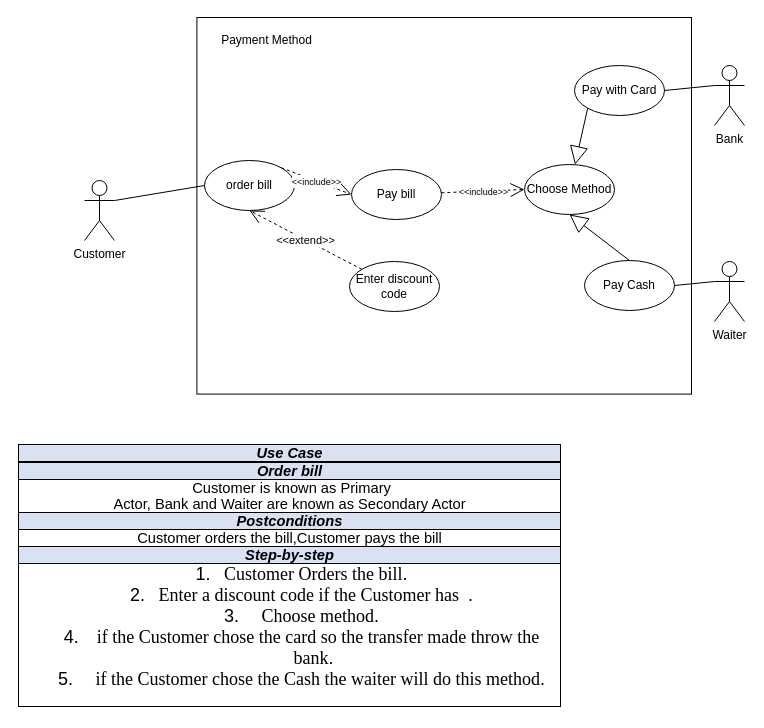
Above: NonCode/PaymentUseCase.drawio in WKolasaa/1.4ChapeauV2.0 (draw.io), before the change. Source tidied: cells renumbered, new cells numbered last; positions are measured from the earlier drawing's top-left corner, leaving out a move shared by most shapes. Both pictures are drawn from the tidied source at 100%, with x=0, y=0 at pixel (16, -42).
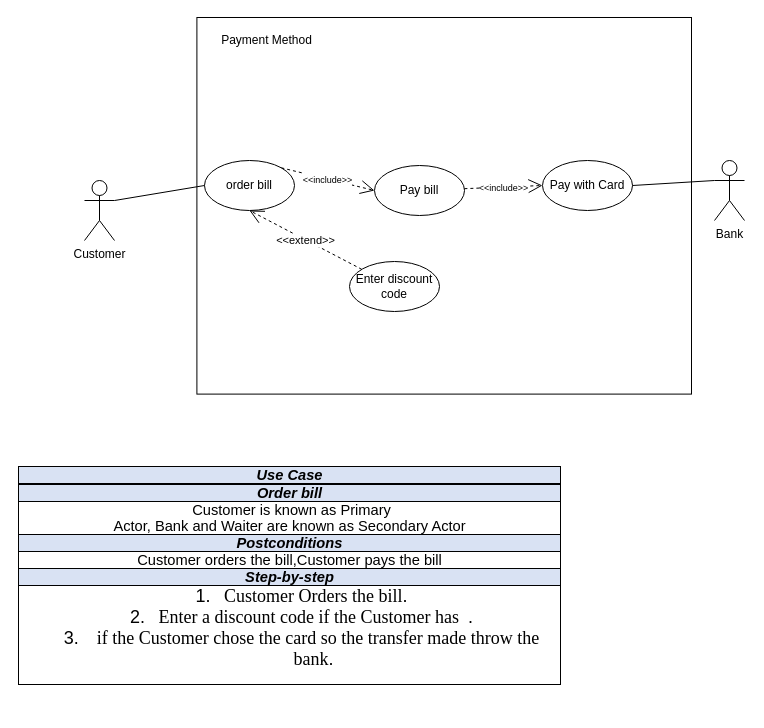
The same page after the edit.

What changed in the source:
```diff
@@
     <mxCell id="7" value="Pay bill" style="ellipse;whiteSpace=wrap;html=1;" parent="1" vertex="1">
-      <mxGeometry x="335" y="211" width="90" height="50" as="geometry" />
+      <mxGeometry x="358" y="207" width="90" height="50" as="geometry" />
     </mxCell>
@@
-    <mxCell id="11" style="endArrow=block;endSize=16;endFill=0;html=1;rounded=0;exitX=0;exitY=1;exitDx=0;exitDy=0;" parent="1" edge="1" source="13" target="20">
-      <mxGeometry relative="1" as="geometry" />
-    </mxCell>
-    <mxCell id="12" value="Pay Cash" style="ellipse;whiteSpace=wrap;html=1;" parent="1" vertex="1">
-      <mxGeometry x="568" y="302" width="90" height="50" as="geometry" />
-    </mxCell>
     <mxCell id="13" value="Pay with Card" style="ellipse;whiteSpace=wrap;html=1;" parent="1" vertex="1">
-      <mxGeometry x="558" y="107" width="90" height="50" as="geometry" />
+      <mxGeometry x="526" y="202" width="90" height="50" as="geometry" />
     </mxCell>
-    <mxCell id="14" style="endArrow=block;endSize=16;endFill=0;html=1;rounded=0;exitX=0.5;exitY=0;exitDx=0;exitDy=0;entryX=0.5;entryY=1;entryDx=0;entryDy=0;" parent="1" edge="1" source="12" target="20">
-      <mxGeometry relative="1" as="geometry" />
-    </mxCell>
     <mxCell id="15" value="Bank" style="shape=umlActor;verticalLabelPosition=bottom;verticalAlign=top;html=1;outlineConnect=0;" parent="1" vertex="1">
-      <mxGeometry x="698" y="107" width="30" height="60" as="geometry" />
+      <mxGeometry x="698" y="202" width="30" height="60" as="geometry" />
     </mxCell>
-    <mxCell id="16" value="Waiter" style="shape=umlActor;verticalLabelPosition=bottom;verticalAlign=top;html=1;outlineConnect=0;" parent="1" vertex="1">
-      <mxGeometry x="698" y="303" width="30" height="60" as="geometry" />
-    </mxCell>
-    <mxCell id="17" style="endArrow=none;html=1;rounded=0;entryX=0;entryY=0.3333333333333333;entryDx=0;entryDy=0;entryPerimeter=0;exitX=1;exitY=0.5;exitDx=0;exitDy=0;" parent="1" edge="1" source="12" target="16">
-      <mxGeometry relative="1" as="geometry" />
-    </mxCell>
@@
-    <mxCell id="19" value="&lt;table style=&quot;border-collapse: collapse; border: none;&quot; cellpadding=&quot;0&quot; cellspacing=&quot;0&quot; border=&quot;1&quot; class=&quot;MsoTableGrid&quot;&gt;&lt;tbody&gt;&lt;tr&gt;&lt;td style=&quot;width: 453.1pt; border: 1pt solid windowtext; background: rgb(217, 226, 243); padding: 0cm 5.4pt;&quot; valign=&quot;top&quot; width=&quot;604&quot;&gt;&lt;p style=&quot;margin: 0cm; line-height: normal; font-size: 11pt; font-family: Calibri, sans-serif;&quot; class=&quot;MsoNormal&quot;&gt;&lt;b&gt;&lt;i&gt;Use Case&lt;/i&gt;&lt;/b&gt;&lt;b&gt;&lt;i&gt;&lt;span lang=&quot;EN-US&quot;&gt;&lt;/span&gt;&lt;/i&gt;&lt;/b&gt;&lt;/p&gt;&lt;/td&gt;&lt;/tr&gt;&lt;tr&gt;&lt;td style=&quot;width: 453.1pt; border-right: 1pt solid windowtext; border-bottom: 1pt solid windowtext; border-left: 1pt solid windowtext; border-image: initial; border-top: none; padding: 0cm 5.4pt;&quot; valign=&quot;top&quot; width=&quot;604&quot;&gt;&lt;p style=&quot;margin: 0cm; line-height: normal; font-size: 11pt; font-family: Calibri, sans-serif;&quot; class=&quot;MsoNormal&quot;&gt;&lt;/p&gt;&lt;/td&gt;&lt;/tr&gt;&lt;tr&gt;&lt;td style=&quot;width: 453.1pt; border-right: 1pt solid windowtext; border-bottom: 1pt solid windowtext; border-left: 1pt solid windowtext; border-image: initial; border-top: none; background: rgb(217, 226, 243); padding: 0cm 5.4pt;&quot; valign=&quot;top&quot; width=&quot;604&quot;&gt;&lt;p style=&quot;margin: 0cm; line-height: normal; font-size: 11pt; font-family: Calibri, sans-serif;&quot; class=&quot;MsoNormal&quot;&gt;&lt;b&gt;&lt;i&gt;&lt;span lang=&quot;EN-US&quot;&gt;Order bill&lt;/span&gt;&lt;/i&gt;&lt;/b&gt;&lt;/p&gt;&lt;/td&gt;&lt;/tr&gt;&lt;tr&gt;&lt;td style=&quot;width: 453.1pt; border-right: 1pt solid windowtext; border-bottom: 1pt solid windowtext; border-left: 1pt solid windowtext; border-image: initial; border-top: none; padding: 0cm 5.4pt;&quot; valign=&quot;top&quot; width=&quot;604&quot;&gt;&lt;p style=&quot;margin: 0cm; line-height: normal; font-size: 11pt; font-family: Calibri, sans-serif;&quot; class=&quot;MsoNormal&quot;&gt;&lt;span lang=&quot;EN-US&quot;&gt;&amp;nbsp;Customer is known as Primary&lt;/span&gt;&lt;/p&gt;&lt;p style=&quot;margin: 0cm; line-height: normal; font-size: 11pt; font-family: Calibri, sans-serif;&quot; class=&quot;MsoNormal&quot;&gt;&lt;span lang=&quot;EN-US&quot;&gt;Actor, Bank and Waiter are known as Secondary Actor&lt;/span&gt;&lt;/p&gt;&lt;/td&gt;&lt;/tr&gt;&lt;tr&gt;&lt;td style=&quot;width: 453.1pt; border-right: 1pt solid windowtext; border-bottom: 1pt solid windowtext; border-left: 1pt solid windowtext; border-image: initial; border-top: none; background: rgb(217, 226, 243); padding: 0cm 5.4pt;&quot; valign=&quot;top&quot; width=&quot;604&quot;&gt;&lt;p style=&quot;margin: 0cm; line-height: normal; font-size: 11pt; font-family: Calibri, sans-serif;&quot; class=&quot;MsoNormal&quot;&gt;&lt;b&gt;&lt;i&gt;&lt;span lang=&quot;EN-US&quot;&gt;Postconditions&lt;/span&gt;&lt;/i&gt;&lt;/b&gt;&lt;b&gt;&lt;i&gt;&lt;span lang=&quot;EN-US&quot;&gt;&lt;/span&gt;&lt;/i&gt;&lt;/b&gt;&lt;/p&gt;&lt;/td&gt;&lt;/tr&gt;&lt;tr&gt;&lt;td style=&quot;width: 453.1pt; border-right: 1pt solid windowtext; border-bottom: 1pt solid windowtext; border-left: 1pt solid windowtext; border-image: initial; border-top: none; padding: 0cm 5.4pt;&quot; valign=&quot;top&quot; width=&quot;604&quot;&gt;&lt;p style=&quot;margin: 0cm; line-height: normal; font-size: 11pt; font-family: Calibri, sans-serif;&quot; class=&quot;MsoNormal&quot;&gt;&lt;span style=&quot;font-size: 11pt; background-color: initial;&quot;&gt;Customer orders the bill,Customer pays the bill&lt;/span&gt;&lt;br&gt;&lt;/p&gt;&lt;/td&gt;&lt;/tr&gt;&lt;tr&gt;&lt;td style=&quot;width: 453.1pt; border-right: 1pt solid windowtext; border-bottom: 1pt solid windowtext; border-left: 1pt solid windowtext; border-image: initial; border-top: none; background: rgb(217, 226, 243); padding: 0cm 5.4pt;&quot; valign=&quot;top&quot; width=&quot;604&quot;&gt;&lt;p style=&quot;margin: 0cm; line-height: normal; font-size: 11pt; font-family: Calibri, sans-serif;&quot; class=&quot;MsoNormal&quot;&gt;&lt;b&gt;&lt;i&gt;&lt;span lang=&quot;EN-US&quot;&gt;Step-by-step&lt;/span&gt;&lt;/i&gt;&lt;/b&gt;&lt;b&gt;&lt;i&gt;&lt;span lang=&quot;EN-US&quot;&gt;&lt;/span&gt;&lt;/i&gt;&lt;/b&gt;&lt;/p&gt;&lt;/td&gt;&lt;/tr&gt;&lt;tr&gt;&lt;td style=&quot;width: 453.1pt; border-right: 1pt solid windowtext; border-bottom: 1pt solid windowtext; border-left: 1pt solid windowtext; border-image: initial; border-top: none; padding: 0cm 5.4pt;&quot; valign=&quot;top&quot; width=&quot;604&quot;&gt;&lt;p style=&quot;margin: 0cm 0cm 0cm 36pt; line-height: normal; font-family: Calibri, sans-serif; text-indent: -18pt;&quot; class=&quot;MsoListParagraphCxSpFirst&quot;&gt;&lt;font style=&quot;font-size: 18px;&quot;&gt;&lt;span style=&quot;&quot; lang=&quot;EN-US&quot;&gt;1.&lt;span style=&quot;font-variant-numeric: normal; font-variant-east-asian: normal; font-variant-alternates: normal; font-kerning: auto; font-optical-sizing: auto; font-feature-settings: normal; font-variation-settings: normal; font-stretch: normal; line-height: normal; font-family: &amp;quot;Times New Roman&amp;quot;;&quot;&gt;&amp;nbsp; &amp;nbsp;Customer&amp;nbsp;&lt;/span&gt;&lt;span style=&quot;font-variant-numeric: normal; font-variant-east-asian: normal; font-variant-alternates: normal; font-kerning: auto; font-optical-sizing: auto; font-feature-settings: normal; font-variation-settings: normal; font-stretch: normal; line-height: normal; font-family: &amp;quot;Times New Roman&amp;quot;;&quot;&gt;&lt;font style=&quot;&quot;&gt;Orders the bill&lt;/font&gt;&lt;/span&gt;&lt;/span&gt;&lt;span style=&quot;&quot; lang=&quot;EN-US&quot;&gt;.&lt;/span&gt;&lt;/font&gt;&lt;/p&gt;&lt;p style=&quot;margin: 0cm 0cm 0cm 36pt; line-height: normal; font-family: Calibri, sans-serif; text-indent: -18pt;&quot; class=&quot;MsoListParagraphCxSpMiddle&quot;&gt;&lt;font style=&quot;font-size: 18px;&quot;&gt;&lt;span style=&quot;&quot; lang=&quot;EN-US&quot;&gt;2.&lt;span style=&quot;font-variant-numeric: normal; font-variant-east-asian: normal; font-variant-alternates: normal; font-kerning: auto; font-optical-sizing: auto; font-feature-settings: normal; font-variation-settings: normal; font-stretch: normal; line-height: normal; font-family: &amp;quot;Times New Roman&amp;quot;;&quot;&gt;&amp;nbsp; &amp;nbsp;Enter a discount code if the Customer has&amp;nbsp;&amp;nbsp;&lt;/span&gt;&lt;/span&gt;&lt;span style=&quot;&quot; lang=&quot;EN-US&quot;&gt;.&lt;/span&gt;&lt;/font&gt;&lt;/p&gt;&lt;p style=&quot;margin: 0cm 0cm 0cm 36pt; line-height: normal; font-family: Calibri, sans-serif; text-indent: -18pt;&quot; class=&quot;MsoListParagraphCxSpMiddle&quot;&gt;&lt;font style=&quot;font-size: 18px;&quot;&gt;&lt;span lang=&quot;EN-US&quot;&gt;3.&lt;span style=&quot;font-variant-numeric: normal; font-variant-east-asian: normal; font-variant-alternates: normal; font-kerning: auto; font-optical-sizing: auto; font-feature-settings: normal; font-variation-settings: normal; font-stretch: normal; line-height: normal; font-family: &amp;quot;Times New Roman&amp;quot;;&quot;&gt;&amp;nbsp; &amp;nbsp; &amp;nbsp;Choose method&lt;/span&gt;&lt;/span&gt;&lt;span lang=&quot;EN-US&quot;&gt;.&lt;/span&gt;&lt;/font&gt;&lt;/p&gt;&lt;p style=&quot;margin: 0cm 0cm 0cm 36pt; line-height: normal; font-family: Calibri, sans-serif; text-indent: -18pt;&quot; class=&quot;MsoListParagraphCxSpMiddle&quot;&gt;&lt;font style=&quot;font-size: 18px;&quot;&gt;&lt;span lang=&quot;EN-US&quot;&gt;4.&lt;span style=&quot;font-variant-numeric: normal; font-variant-east-asian: normal; font-variant-alternates: normal; font-kerning: auto; font-optical-sizing: auto; font-feature-settings: normal; font-variation-settings: normal; font-stretch: normal; line-height: normal; font-family: &amp;quot;Times New Roman&amp;quot;;&quot;&gt;&amp;nbsp; &amp;nbsp; if the Customer chose the card so the transfer made throw the bank&lt;/span&gt;&lt;/span&gt;&lt;span lang=&quot;EN-US&quot;&gt;.&lt;/span&gt;&lt;/font&gt;&lt;/p&gt;&lt;p style=&quot;margin: 0cm 0cm 0cm 36pt; line-height: normal; font-family: Calibri, sans-serif; text-indent: -18pt;&quot; class=&quot;MsoListParagraphCxSpMiddle&quot;&gt;&lt;font style=&quot;font-size: 18px;&quot;&gt;&lt;span lang=&quot;EN-US&quot;&gt;5.&lt;span style=&quot;font-variant-numeric: normal; font-variant-east-asian: normal; font-variant-alternates: normal; font-kerning: auto; font-optical-sizing: auto; font-feature-settings: normal; font-variation-settings: normal; font-stretch: normal; line-height: normal; font-family: &amp;quot;Times New Roman&amp;quot;;&quot;&gt;&amp;nbsp; &amp;nbsp; &amp;nbsp;if the Customer chose the Cash the waiter will do this method&lt;/span&gt;&lt;/span&gt;&lt;span lang=&quot;EN-US&quot;&gt;.&lt;/span&gt;&lt;/font&gt;&lt;/p&gt;&lt;p style=&quot;margin: 0cm 0cm 0cm 36pt; line-height: normal; font-size: 11pt; font-family: Calibri, sans-serif; text-indent: -18pt;&quot; class=&quot;MsoListParagraphCxSpLast&quot;&gt;&lt;br&gt;&lt;/p&gt;&lt;/td&gt;&lt;/tr&gt;&lt;/tbody&gt;&lt;/table&gt;" style="text;html=1;strokeColor=none;fillColor=none;align=center;verticalAlign=middle;whiteSpace=wrap;rounded=0;" parent="1" vertex="1">
+    <mxCell id="19" value="&lt;table style=&quot;border-collapse: collapse; border: none;&quot; cellpadding=&quot;0&quot; cellspacing=&quot;0&quot; border=&quot;1&quot; class=&quot;MsoTableGrid&quot;&gt;&lt;tbody&gt;&lt;tr&gt;&lt;td style=&quot;width: 453.1pt; border: 1pt solid windowtext; background: rgb(217, 226, 243); padding: 0cm 5.4pt;&quot; valign=&quot;top&quot; width=&quot;604&quot;&gt;&lt;p style=&quot;margin: 0cm; line-height: normal; font-size: 11pt; font-family: Calibri, sans-serif;&quot; class=&quot;MsoNormal&quot;&gt;&lt;b&gt;&lt;i&gt;Use Case&lt;/i&gt;&lt;/b&gt;&lt;b&gt;&lt;i&gt;&lt;span lang=&quot;EN-US&quot;&gt;&lt;/span&gt;&lt;/i&gt;&lt;/b&gt;&lt;/p&gt;&lt;/td&gt;&lt;/tr&gt;&lt;tr&gt;&lt;td style=&quot;width: 453.1pt; border-right: 1pt solid windowtext; border-bottom: 1pt solid windowtext; border-left: 1pt solid windowtext; border-image: initial; border-top: none; padding: 0cm 5.4pt;&quot; valign=&quot;top&quot; width=&quot;604&quot;&gt;&lt;p style=&quot;margin: 0cm; line-height: normal; font-size: 11pt; font-family: Calibri, sans-serif;&quot; class=&quot;MsoNormal&quot;&gt;&lt;/p&gt;&lt;/td&gt;&lt;/tr&gt;&lt;tr&gt;&lt;td style=&quot;width: 453.1pt; border-right: 1pt solid windowtext; border-bottom: 1pt solid windowtext; border-left: 1pt solid windowtext; border-image: initial; border-top: none; background: rgb(217, 226, 243); padding: 0cm 5.4pt;&quot; valign=&quot;top&quot; width=&quot;604&quot;&gt;&lt;p style=&quot;margin: 0cm; line-height: normal; font-size: 11pt; font-family: Calibri, sans-serif;&quot; class=&quot;MsoNormal&quot;&gt;&lt;b&gt;&lt;i&gt;&lt;span lang=&quot;EN-US&quot;&gt;Order bill&lt;/span&gt;&lt;/i&gt;&lt;/b&gt;&lt;/p&gt;&lt;/td&gt;&lt;/tr&gt;&lt;tr&gt;&lt;td style=&quot;width: 453.1pt; border-right: 1pt solid windowtext; border-bottom: 1pt solid windowtext; border-left: 1pt solid windowtext; border-image: initial; border-top: none; padding: 0cm 5.4pt;&quot; valign=&quot;top&quot; width=&quot;604&quot;&gt;&lt;p style=&quot;margin: 0cm; line-height: normal; font-size: 11pt; font-family: Calibri, sans-serif;&quot; class=&quot;MsoNormal&quot;&gt;&lt;span lang=&quot;EN-US&quot;&gt;&amp;nbsp;Customer is known as Primary&lt;/span&gt;&lt;/p&gt;&lt;p style=&quot;margin: 0cm; line-height: normal; font-size: 11pt; font-family: Calibri, sans-serif;&quot; class=&quot;MsoNormal&quot;&gt;&lt;span lang=&quot;EN-US&quot;&gt;Actor, Bank and Waiter are known as Secondary Actor&lt;/span&gt;&lt;/p&gt;&lt;/td&gt;&lt;/tr&gt;&lt;tr&gt;&lt;td style=&quot;width: 453.1pt; border-right: 1pt solid windowtext; border-bottom: 1pt solid windowtext; border-left: 1pt solid windowtext; border-image: initial; border-top: none; background: rgb(217, 226, 243); padding: 0cm 5.4pt;&quot; valign=&quot;top&quot; width=&quot;604&quot;&gt;&lt;p style=&quot;margin: 0cm; line-height: normal; font-size: 11pt; font-family: Calibri, sans-serif;&quot; class=&quot;MsoNormal&quot;&gt;&lt;b&gt;&lt;i&gt;&lt;span lang=&quot;EN-US&quot;&gt;Postconditions&lt;/span&gt;&lt;/i&gt;&lt;/b&gt;&lt;b&gt;&lt;i&gt;&lt;span lang=&quot;EN-US&quot;&gt;&lt;/span&gt;&lt;/i&gt;&lt;/b&gt;&lt;/p&gt;&lt;/td&gt;&lt;/tr&gt;&lt;tr&gt;&lt;td style=&quot;width: 453.1pt; border-right: 1pt solid windowtext; border-bottom: 1pt solid windowtext; border-left: 1pt solid windowtext; border-image: initial; border-top: none; padding: 0cm 5.4pt;&quot; valign=&quot;top&quot; width=&quot;604&quot;&gt;&lt;p style=&quot;margin: 0cm; line-height: normal; font-size: 11pt; font-family: Calibri, sans-serif;&quot; class=&quot;MsoNormal&quot;&gt;&lt;span style=&quot;font-size: 11pt; background-color: initial;&quot;&gt;Customer orders the bill,Customer pays the bill&lt;/span&gt;&lt;br&gt;&lt;/p&gt;&lt;/td&gt;&lt;/tr&gt;&lt;tr&gt;&lt;td style=&quot;width: 453.1pt; border-right: 1pt solid windowtext; border-bottom: 1pt solid windowtext; border-left: 1pt solid windowtext; border-image: initial; border-top: none; background: rgb(217, 226, 243); padding: 0cm 5.4pt;&quot; valign=&quot;top&quot; width=&quot;604&quot;&gt;&lt;p style=&quot;margin: 0cm; line-height: normal; font-size: 11pt; font-family: Calibri, sans-serif;&quot; class=&quot;MsoNormal&quot;&gt;&lt;b&gt;&lt;i&gt;&lt;span lang=&quot;EN-US&quot;&gt;Step-by-step&lt;/span&gt;&lt;/i&gt;&lt;/b&gt;&lt;b&gt;&lt;i&gt;&lt;span lang=&quot;EN-US&quot;&gt;&lt;/span&gt;&lt;/i&gt;&lt;/b&gt;&lt;/p&gt;&lt;/td&gt;&lt;/tr&gt;&lt;tr&gt;&lt;td style=&quot;width: 453.1pt; border-right: 1pt solid windowtext; border-bottom: 1pt solid windowtext; border-left: 1pt solid windowtext; border-image: initial; border-top: none; padding: 0cm 5.4pt;&quot; valign=&quot;top&quot; width=&quot;604&quot;&gt;&lt;p style=&quot;margin: 0cm 0cm 0cm 36pt; line-height: normal; font-family: Calibri, sans-serif; text-indent: -18pt;&quot; class=&quot;MsoListParagraphCxSpFirst&quot;&gt;&lt;font style=&quot;font-size: 18px;&quot;&gt;&lt;span style=&quot;&quot; lang=&quot;EN-US&quot;&gt;1.&lt;span style=&quot;font-variant-numeric: normal; font-variant-east-asian: normal; font-variant-alternates: normal; font-kerning: auto; font-optical-sizing: auto; font-feature-settings: normal; font-variation-settings: normal; font-stretch: normal; line-height: normal; font-family: &amp;quot;Times New Roman&amp;quot;;&quot;&gt;&amp;nbsp; &amp;nbsp;Customer&amp;nbsp;&lt;/span&gt;&lt;span style=&quot;font-variant-numeric: normal; font-variant-east-asian: normal; font-variant-alternates: normal; font-kerning: auto; font-optical-sizing: auto; font-feature-settings: normal; font-variation-settings: normal; font-stretch: normal; line-height: normal; font-family: &amp;quot;Times New Roman&amp;quot;;&quot;&gt;&lt;font style=&quot;&quot;&gt;Orders the bill&lt;/font&gt;&lt;/span&gt;&lt;/span&gt;&lt;span style=&quot;&quot; lang=&quot;EN-US&quot;&gt;.&lt;/span&gt;&lt;/font&gt;&lt;/p&gt;&lt;p style=&quot;margin: 0cm 0cm 0cm 36pt; line-height: normal; font-family: Calibri, sans-serif; text-indent: -18pt;&quot; class=&quot;MsoListParagraphCxSpMiddle&quot;&gt;&lt;font style=&quot;font-size: 18px;&quot;&gt;&lt;span style=&quot;&quot; lang=&quot;EN-US&quot;&gt;2.&lt;span style=&quot;font-variant-numeric: normal; font-variant-east-asian: normal; font-variant-alternates: normal; font-kerning: auto; font-optical-sizing: auto; font-feature-settings: normal; font-variation-settings: normal; font-stretch: normal; line-height: normal; font-family: &amp;quot;Times New Roman&amp;quot;;&quot;&gt;&amp;nbsp; &amp;nbsp;Enter a discount code if the Customer has&amp;nbsp;&amp;nbsp;&lt;/span&gt;&lt;/span&gt;&lt;span style=&quot;&quot; lang=&quot;EN-US&quot;&gt;.&lt;/span&gt;&lt;/font&gt;&lt;/p&gt;&lt;p style=&quot;margin: 0cm 0cm 0cm 36pt; line-height: normal; font-family: Calibri, sans-serif; text-indent: -18pt;&quot; class=&quot;MsoListParagraphCxSpMiddle&quot;&gt;&lt;span style=&quot;font-size: 18px; text-indent: -18pt; background-color: initial;&quot; lang=&quot;EN-US&quot;&gt;3.&lt;span style=&quot;font-variant-numeric: normal; font-variant-east-asian: normal; font-variant-alternates: normal; font-kerning: auto; font-optical-sizing: auto; font-feature-settings: normal; font-variation-settings: normal; font-stretch: normal; line-height: normal; font-family: &amp;quot;Times New Roman&amp;quot;;&quot;&gt;&amp;nbsp; &amp;nbsp; if the Customer chose the card so the transfer made throw the bank&lt;/span&gt;&lt;/span&gt;&lt;span style=&quot;font-size: 18px; text-indent: -18pt; background-color: initial;&quot; lang=&quot;EN-US&quot;&gt;.&lt;/span&gt;&lt;br&gt;&lt;/p&gt;&lt;p style=&quot;margin: 0cm 0cm 0cm 36pt; line-height: normal; font-family: Calibri, sans-serif; text-indent: -18pt;&quot; class=&quot;MsoListParagraphCxSpMiddle&quot;&gt;&lt;br&gt;&lt;/p&gt;&lt;/td&gt;&lt;/tr&gt;&lt;/tbody&gt;&lt;/table&gt;" style="text;html=1;strokeColor=none;fillColor=none;align=center;verticalAlign=middle;whiteSpace=wrap;rounded=0;" parent="1" vertex="1">
       <mxGeometry x="0.5" y="482" width="545" height="270" as="geometry" />
     </mxCell>
-    <mxCell id="20" value="Choose Method" style="ellipse;whiteSpace=wrap;html=1;" parent="1" vertex="1">
-      <mxGeometry x="508" y="206" width="90" height="50" as="geometry" />
-    </mxCell>
-    <mxCell id="21" value="&lt;font style=&quot;font-size: 9px;&quot;&gt;&amp;lt;&amp;lt;include&amp;gt;&amp;gt;&lt;/font&gt;" style="endArrow=open;endSize=12;dashed=1;html=1;rounded=0;entryX=0;entryY=0.5;entryDx=0;entryDy=0;" parent="1" edge="1" source="7" target="20">
+    <mxCell id="21" value="&lt;font style=&quot;font-size: 9px;&quot;&gt;&amp;lt;&amp;lt;include&amp;gt;&amp;gt;&lt;/font&gt;" style="endArrow=open;endSize=12;dashed=1;html=1;rounded=0;entryX=0;entryY=0.5;entryDx=0;entryDy=0;" parent="1" edge="1" source="7" target="13">
       <mxGeometry relative="1" as="geometry" />
     </mxCell>
```
